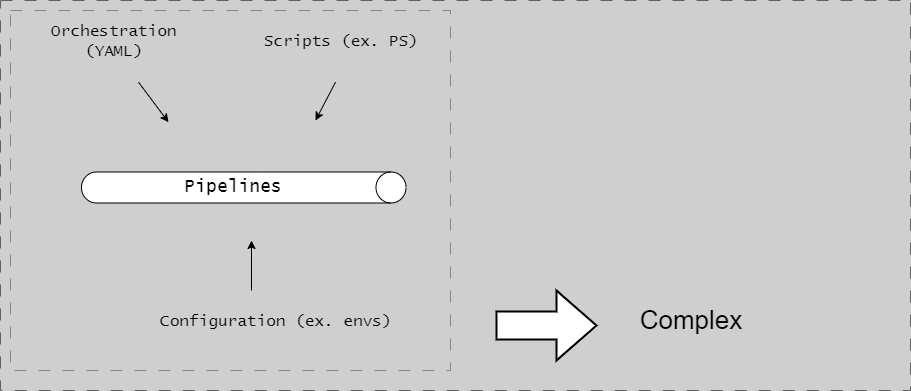
The draw.io diagram docs/assets/branching/pipelines-separating-problem.drawio.png in ready-to-release/eac, before a commit. Source tidied: cells renumbered, new cells last; positions are measured from the earlier drawing's top-left corner, leaving out a move shared by most shapes. Its diagram source:
```xml
<mxGraphModel background="#CFCFCF">
  <root>
    <mxCell id="0" />
    <mxCell id="1" parent="0" />
    <mxCell id="2" style="group;strokeColor=#616161;dashed=1;dashPattern=12 12;" parent="1" vertex="1">
      <mxGeometry width="910" height="390" as="geometry" />
    </mxCell>
    <mxCell id="3" style="group;fontFamily=Lucida Console;" parent="1" vertex="1">
      <mxGeometry x="81" y="150" width="324.5" height="74" as="geometry" />
    </mxCell>
    <mxCell id="4" style="shape=cylinder3;whiteSpace=wrap;html=1;boundedLbl=1;backgroundOutline=1;size=15;rotation=90;fontFamily=Lucida Console;" parent="3" vertex="1">
      <mxGeometry x="146.8" y="-125.2" width="31" height="324.5" as="geometry" />
    </mxCell>
    <mxCell id="5" value="&lt;font style=&quot;font-size: 18px;&quot;&gt;Pipelines&lt;br&gt;&lt;/font&gt;" style="text;html=1;strokeColor=none;fillColor=none;align=center;verticalAlign=middle;whiteSpace=wrap;rounded=0;fontFamily=Lucida Console;" parent="3" vertex="1">
      <mxGeometry x="52.2" width="201" height="74" as="geometry" />
    </mxCell>
    <object id="6" label="Orchestration (YAML)" name="Variable" placeholders="1">
      <mxCell style="text;html=1;strokeColor=none;fillColor=none;align=center;verticalAlign=middle;whiteSpace=wrap;overflow=hidden;fontSize=16;fontFamily=Lucida Console;" parent="1" vertex="1">
        <mxGeometry x="30" y="20" width="168" height="42.8" as="geometry" />
      </mxCell>
    </object>
    <mxCell id="7" style="endArrow=classic;html=1;rounded=0;fontFamily=Lucida Console;" parent="1" edge="1">
      <mxGeometry relative="1" as="geometry">
        <mxPoint x="138" y="81.7" as="sourcePoint" />
        <mxPoint x="168" y="121.7" as="targetPoint" />
      </mxGeometry>
    </mxCell>
    <object id="8" label="Scripts (ex. PS)" name="Variable" placeholders="1">
      <mxCell style="text;html=1;strokeColor=none;fillColor=none;align=center;verticalAlign=middle;whiteSpace=wrap;overflow=hidden;fontSize=16;fontFamily=Lucida Console;" parent="1" vertex="1">
        <mxGeometry x="226" y="20" width="230" height="42.8" as="geometry" />
      </mxCell>
    </object>
    <mxCell id="9" style="endArrow=classic;html=1;rounded=0;fontFamily=Lucida Console;" parent="1" edge="1">
      <mxGeometry relative="1" as="geometry">
        <mxPoint x="335" y="81.7" as="sourcePoint" />
        <mxPoint x="315" y="120" as="targetPoint" />
      </mxGeometry>
    </mxCell>
    <object id="10" label="Configuration (ex. envs)" name="Variable" placeholders="1">
      <mxCell style="text;html=1;strokeColor=none;fillColor=none;align=center;verticalAlign=middle;whiteSpace=wrap;overflow=hidden;fontSize=16;fontFamily=Lucida Console;" parent="1" vertex="1">
        <mxGeometry x="56" y="300" width="440" height="42.8" as="geometry" />
      </mxCell>
    </object>
    <mxCell id="11" style="endArrow=classic;html=1;rounded=0;fontFamily=Lucida Console;" parent="1" edge="1">
      <mxGeometry relative="1" as="geometry">
        <mxPoint x="251" y="290" as="sourcePoint" />
        <mxPoint x="251" y="240" as="targetPoint" />
      </mxGeometry>
    </mxCell>
    <object id="12" label="&lt;font style=&quot;font-size: 26px;&quot;&gt;Complex&lt;/font&gt;" name="Variable" placeholders="1">
      <mxCell style="text;html=1;strokeColor=none;fillColor=none;align=center;verticalAlign=middle;whiteSpace=wrap;overflow=hidden;fontSize=22;fontFamily=Helvetica;" parent="1" vertex="1">
        <mxGeometry x="526" y="298.6" width="330" height="42.8" as="geometry" />
      </mxCell>
    </object>
    <mxCell id="13" style="group;strokeColor=#878787;dashed=1;dashPattern=12 12;" parent="1" vertex="1">
      <mxGeometry x="10" y="10" width="440" height="360" as="geometry" />
    </mxCell>
    <mxCell id="14" style="verticalLabelPosition=bottom;verticalAlign=top;html=1;strokeWidth=2;shape=mxgraph.arrows2.arrow;dy=0.6;dx=40;notch=0;" parent="1" vertex="1">
      <mxGeometry x="496" y="290" width="100" height="70" as="geometry" />
    </mxCell>
  </root>
</mxGraphModel>
```
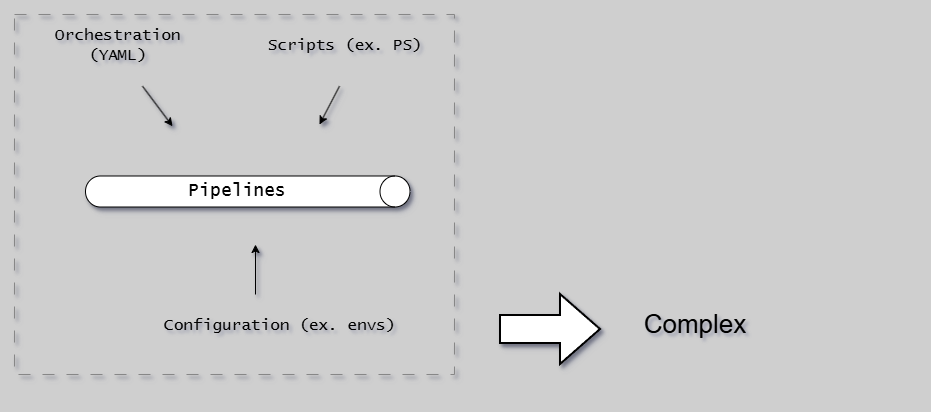
The same diagram one commit later.

Diff of the diagram source:
```diff
@@ -1,61 +1,61 @@
-<mxGraphModel background="#CFCFCF">
+<mxGraphModel background="#CFCFCF" shadow="1">
   <root>
     <mxCell id="0" />
     <mxCell id="1" parent="0" />
-    <mxCell id="2" style="group;strokeColor=#616161;dashed=1;dashPattern=12 12;" parent="1" vertex="1">
+    <mxCell id="2" style="group;strokeColor=none;dashed=1;dashPattern=12 12;shadow=1;" parent="1" vertex="1">
       <mxGeometry width="910" height="390" as="geometry" />
     </mxCell>
-    <mxCell id="3" style="group;fontFamily=Lucida Console;" parent="1" vertex="1">
+    <mxCell id="3" style="group;fontFamily=Lucida Console;shadow=1;" parent="1" vertex="1">
       <mxGeometry x="81" y="150" width="324.5" height="74" as="geometry" />
     </mxCell>
-    <mxCell id="4" style="shape=cylinder3;whiteSpace=wrap;html=1;boundedLbl=1;backgroundOutline=1;size=15;rotation=90;fontFamily=Lucida Console;" parent="3" vertex="1">
+    <mxCell id="4" style="shape=cylinder3;whiteSpace=wrap;html=1;boundedLbl=1;backgroundOutline=1;size=15;rotation=90;fontFamily=Lucida Console;shadow=1;" parent="3" vertex="1">
       <mxGeometry x="146.8" y="-125.2" width="31" height="324.5" as="geometry" />
     </mxCell>
-    <mxCell id="5" value="&lt;font style=&quot;font-size: 18px;&quot;&gt;Pipelines&lt;br&gt;&lt;/font&gt;" style="text;html=1;strokeColor=none;fillColor=none;align=center;verticalAlign=middle;whiteSpace=wrap;rounded=0;fontFamily=Lucida Console;" parent="3" vertex="1">
+    <mxCell id="5" value="&lt;font style=&quot;font-size: 18px;&quot;&gt;Pipelines&lt;br&gt;&lt;/font&gt;" style="text;html=1;strokeColor=none;fillColor=none;align=center;verticalAlign=middle;whiteSpace=wrap;rounded=0;fontFamily=Lucida Console;shadow=1;" parent="3" vertex="1">
       <mxGeometry x="52.2" width="201" height="74" as="geometry" />
     </mxCell>
     <object id="6" label="Orchestration (YAML)" name="Variable" placeholders="1">
-      <mxCell style="text;html=1;strokeColor=none;fillColor=none;align=center;verticalAlign=middle;whiteSpace=wrap;overflow=hidden;fontSize=16;fontFamily=Lucida Console;" parent="1" vertex="1">
+      <mxCell style="text;html=1;strokeColor=none;fillColor=none;align=center;verticalAlign=middle;whiteSpace=wrap;overflow=hidden;fontSize=16;fontFamily=Lucida Console;shadow=1;" parent="1" vertex="1">
         <mxGeometry x="30" y="20" width="168" height="42.8" as="geometry" />
       </mxCell>
     </object>
-    <mxCell id="7" style="endArrow=classic;html=1;rounded=0;fontFamily=Lucida Console;" parent="1" edge="1">
+    <mxCell id="7" style="endArrow=classic;html=1;rounded=0;fontFamily=Lucida Console;shadow=1;" parent="1" edge="1">
       <mxGeometry relative="1" as="geometry">
         <mxPoint x="138" y="81.7" as="sourcePoint" />
         <mxPoint x="168" y="121.7" as="targetPoint" />
       </mxGeometry>
     </mxCell>
     <object id="8" label="Scripts (ex. PS)" name="Variable" placeholders="1">
-      <mxCell style="text;html=1;strokeColor=none;fillColor=none;align=center;verticalAlign=middle;whiteSpace=wrap;overflow=hidden;fontSize=16;fontFamily=Lucida Console;" parent="1" vertex="1">
+      <mxCell style="text;html=1;strokeColor=none;fillColor=none;align=center;verticalAlign=middle;whiteSpace=wrap;overflow=hidden;fontSize=16;fontFamily=Lucida Console;shadow=1;" parent="1" vertex="1">
         <mxGeometry x="226" y="20" width="230" height="42.8" as="geometry" />
       </mxCell>
     </object>
-    <mxCell id="9" style="endArrow=classic;html=1;rounded=0;fontFamily=Lucida Console;" parent="1" edge="1">
+    <mxCell id="9" style="endArrow=classic;html=1;rounded=0;fontFamily=Lucida Console;shadow=1;" parent="1" edge="1">
       <mxGeometry relative="1" as="geometry">
         <mxPoint x="335" y="81.7" as="sourcePoint" />
         <mxPoint x="315" y="120" as="targetPoint" />
       </mxGeometry>
     </mxCell>
     <object id="10" label="Configuration (ex. envs)" name="Variable" placeholders="1">
-      <mxCell style="text;html=1;strokeColor=none;fillColor=none;align=center;verticalAlign=middle;whiteSpace=wrap;overflow=hidden;fontSize=16;fontFamily=Lucida Console;" parent="1" vertex="1">
+      <mxCell style="text;html=1;strokeColor=none;fillColor=none;align=center;verticalAlign=middle;whiteSpace=wrap;overflow=hidden;fontSize=16;fontFamily=Lucida Console;shadow=1;" parent="1" vertex="1">
         <mxGeometry x="56" y="300" width="440" height="42.8" as="geometry" />
       </mxCell>
     </object>
-    <mxCell id="11" style="endArrow=classic;html=1;rounded=0;fontFamily=Lucida Console;" parent="1" edge="1">
+    <mxCell id="11" style="endArrow=classic;html=1;rounded=0;fontFamily=Lucida Console;shadow=1;" parent="1" edge="1">
       <mxGeometry relative="1" as="geometry">
         <mxPoint x="251" y="290" as="sourcePoint" />
         <mxPoint x="251" y="240" as="targetPoint" />
       </mxGeometry>
     </mxCell>
     <object id="12" label="&lt;font style=&quot;font-size: 26px;&quot;&gt;Complex&lt;/font&gt;" name="Variable" placeholders="1">
-      <mxCell style="text;html=1;strokeColor=none;fillColor=none;align=center;verticalAlign=middle;whiteSpace=wrap;overflow=hidden;fontSize=22;fontFamily=Helvetica;" parent="1" vertex="1">
+      <mxCell style="text;html=1;strokeColor=none;fillColor=none;align=center;verticalAlign=middle;whiteSpace=wrap;overflow=hidden;fontSize=22;fontFamily=Helvetica;shadow=1;" parent="1" vertex="1">
         <mxGeometry x="526" y="298.6" width="330" height="42.8" as="geometry" />
       </mxCell>
     </object>
-    <mxCell id="13" style="group;strokeColor=#878787;dashed=1;dashPattern=12 12;" parent="1" vertex="1">
+    <mxCell id="13" style="group;strokeColor=#878787;dashed=1;dashPattern=12 12;shadow=1;" parent="1" vertex="1">
       <mxGeometry x="10" y="10" width="440" height="360" as="geometry" />
     </mxCell>
-    <mxCell id="14" style="verticalLabelPosition=bottom;verticalAlign=top;html=1;strokeWidth=2;shape=mxgraph.arrows2.arrow;dy=0.6;dx=40;notch=0;" parent="1" vertex="1">
+    <mxCell id="14" style="verticalLabelPosition=bottom;verticalAlign=top;html=1;strokeWidth=2;shape=mxgraph.arrows2.arrow;dy=0.6;dx=40;notch=0;shadow=1;" parent="1" vertex="1">
       <mxGeometry x="496" y="290" width="100" height="70" as="geometry" />
     </mxCell>
   </root>
```
